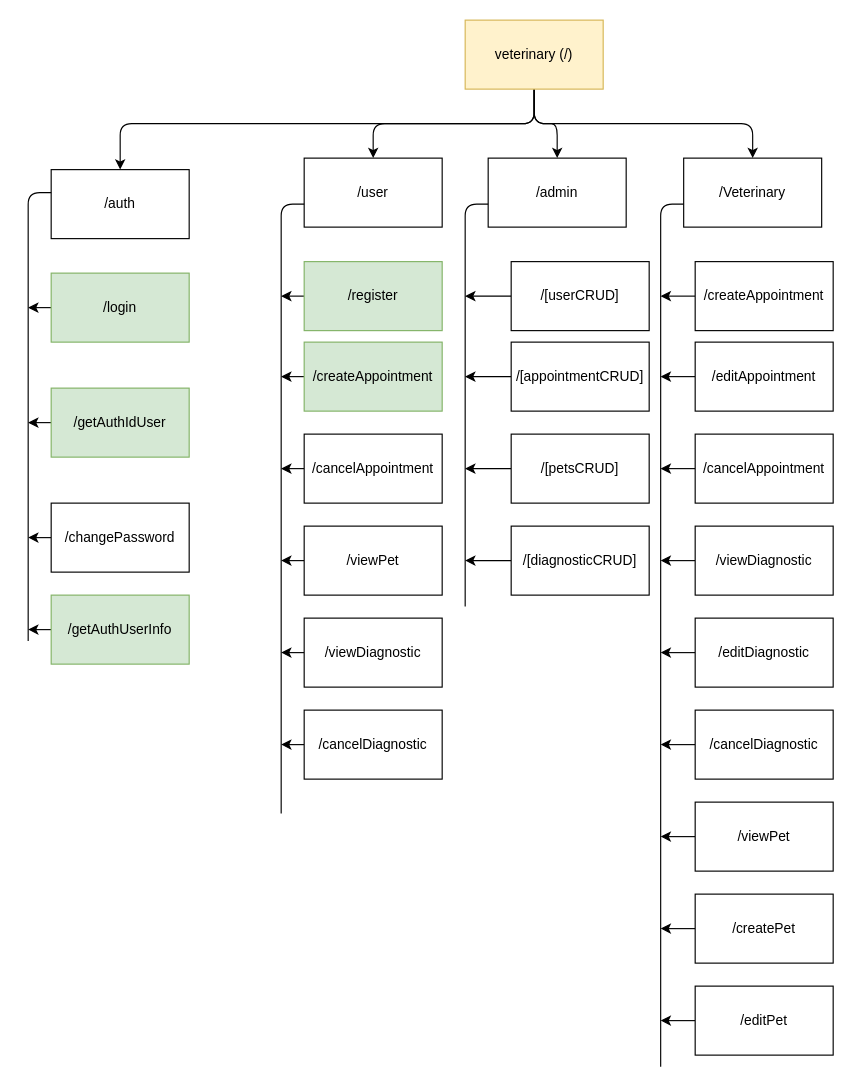
Above: diagrams/NAV.drawio in fernandoach/API-VETERINARY (draw.io), before the change. Source tidied: cells renumbered, new cells numbered last; positions are measured from the earlier drawing's top-left corner, leaving out a move shared by most shapes. Both pictures are drawn from the tidied source at 115%, with x=0, y=0 at pixel (28, 20).
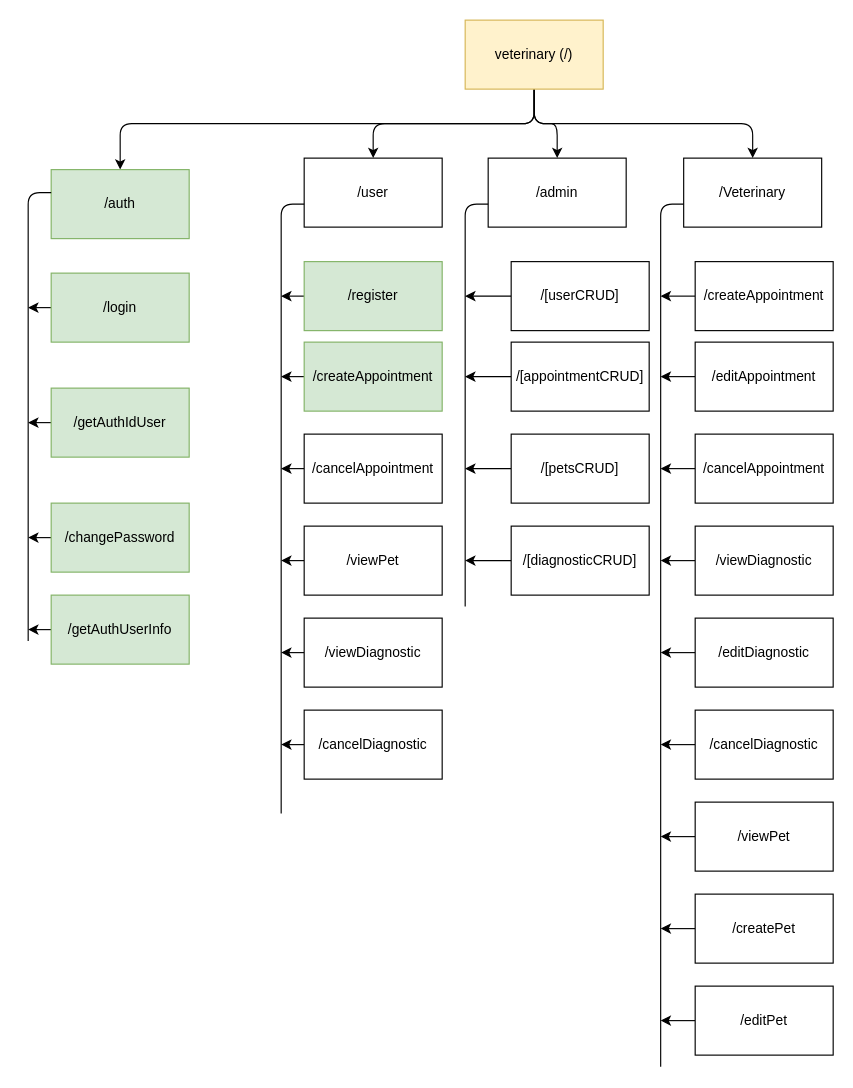
After the change.

Commit message (it also covers changes not shown here):
ADD: /auth/changePassword TODO: don't use same old password.

Change to the diagram source:
```diff
@@
-    <mxCell id="21" value="/changePassword" style="rounded=0;whiteSpace=wrap;html=1;" parent="1" vertex="1">
+    <mxCell id="21" value="/changePassword" style="rounded=0;whiteSpace=wrap;html=1;fillColor=#d5e8d4;strokeColor=#82b366;" parent="1" vertex="1">
       <mxGeometry x="20" y="420" width="120" height="60" as="geometry" />
     </mxCell>
@@
-    <mxCell id="57" value="/auth" style="rounded=0;whiteSpace=wrap;html=1;" parent="1" vertex="1">
+    <mxCell id="57" value="/auth" style="rounded=0;whiteSpace=wrap;html=1;fillColor=#d5e8d4;strokeColor=#82b366;" parent="1" vertex="1">
       <mxGeometry x="20" y="130" width="120" height="60" as="geometry" />
     </mxCell>
```
